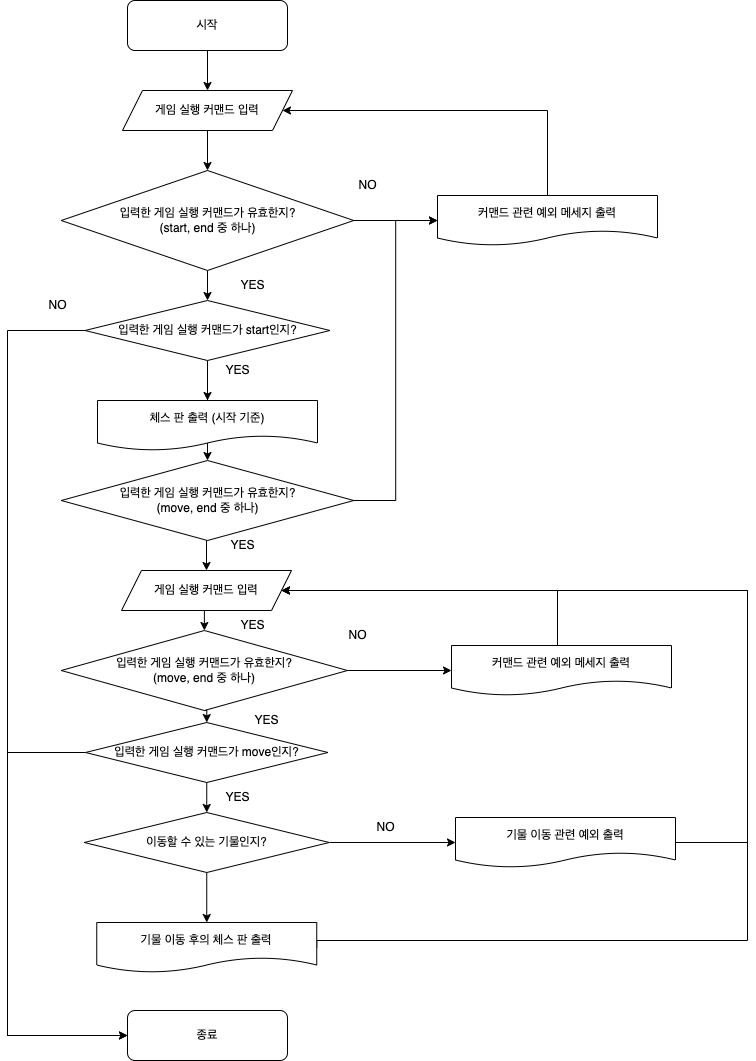
woowacourse/java-chess keeps this draw.io diagram as docs/chess.drawio.png. Above is the earlier version. Source tidied: cells renumbered, new cells last; positions are measured from the earlier drawing's top-left corner, leaving out a move shared by most shapes. The source it was exported from:
```xml
<mxGraphModel>
  <root>
    <mxCell id="0" />
    <mxCell id="1" parent="0" />
    <mxCell id="2" style="edgeStyle=orthogonalEdgeStyle;rounded=0;jettySize=auto;html=1;exitX=0.5;exitY=1;exitDx=0;exitDy=0;entryX=0.5;entryY=0;entryDx=0;entryDy=0;" parent="1" edge="1" source="3" target="5">
      <mxGeometry relative="1" as="geometry" />
    </mxCell>
    <mxCell id="3" value="시작" style="rounded=1;whiteSpace=wrap;html=1;" parent="1" vertex="1">
      <mxGeometry x="120" width="160" height="50" as="geometry" />
    </mxCell>
    <mxCell id="4" style="edgeStyle=orthogonalEdgeStyle;rounded=0;jettySize=auto;html=1;exitX=0.5;exitY=1;exitDx=0;exitDy=0;entryX=0.5;entryY=0;entryDx=0;entryDy=0;" parent="1" edge="1" source="5" target="8">
      <mxGeometry relative="1" as="geometry" />
    </mxCell>
    <mxCell id="5" value="게임 실행 커맨드 입력" style="shape=parallelogram;perimeter=parallelogramPerimeter;whiteSpace=wrap;html=1;fixedSize=1;" parent="1" vertex="1">
      <mxGeometry x="115" y="90" width="170" height="40" as="geometry" />
    </mxCell>
    <mxCell id="6" style="edgeStyle=orthogonalEdgeStyle;rounded=0;jettySize=auto;html=1;exitX=1;exitY=0.5;exitDx=0;exitDy=0;entryX=0;entryY=0.5;entryDx=0;entryDy=0;" parent="1" edge="1" source="8" target="26">
      <mxGeometry relative="1" as="geometry" />
    </mxCell>
    <mxCell id="7" style="edgeStyle=orthogonalEdgeStyle;rounded=0;jettySize=auto;html=1;exitX=0.5;exitY=1;exitDx=0;exitDy=0;entryX=0.5;entryY=0;entryDx=0;entryDy=0;" parent="1" edge="1" source="8" target="12">
      <mxGeometry relative="1" as="geometry" />
    </mxCell>
    <mxCell id="8" value="입력한 게임 실행 커맨드가 유효한지?&lt;br&gt;(start, end 중 하나)" style="rhombus;whiteSpace=wrap;html=1;" parent="1" vertex="1">
      <mxGeometry x="53.8" y="170" width="292.5" height="100" as="geometry" />
    </mxCell>
    <mxCell id="9" style="edgeStyle=orthogonalEdgeStyle;rounded=0;jettySize=auto;html=1;exitX=0.5;exitY=1;exitDx=0;exitDy=0;entryX=0.5;entryY=0;entryDx=0;entryDy=0;" parent="1" edge="1" source="12" target="34">
      <mxGeometry relative="1" as="geometry" />
    </mxCell>
    <mxCell id="10" style="edgeStyle=orthogonalEdgeStyle;rounded=0;jettySize=auto;html=1;exitX=0.5;exitY=1;exitDx=0;exitDy=0;entryX=0.5;entryY=0;entryDx=0;entryDy=0;" parent="1" edge="1" source="12" target="16">
      <mxGeometry relative="1" as="geometry" />
    </mxCell>
    <mxCell id="11" style="edgeStyle=orthogonalEdgeStyle;rounded=0;jettySize=auto;html=1;exitX=0;exitY=0.5;exitDx=0;exitDy=0;entryX=0;entryY=0.5;entryDx=0;entryDy=0;" parent="1" edge="1" source="12" target="13">
      <mxGeometry relative="1" as="geometry">
        <Array as="points">
          <mxPoint y="330" />
          <mxPoint y="1035" />
        </Array>
      </mxGeometry>
    </mxCell>
    <mxCell id="12" value="입력한 게임 실행 커맨드가 start인지?" style="rhombus;whiteSpace=wrap;html=1;" parent="1" vertex="1">
      <mxGeometry x="77.5" y="300" width="245" height="60" as="geometry" />
    </mxCell>
    <mxCell id="13" value="종료" style="rounded=1;whiteSpace=wrap;html=1;" parent="1" vertex="1">
      <mxGeometry x="120" y="1010" width="160" height="50" as="geometry" />
    </mxCell>
    <mxCell id="14" style="edgeStyle=orthogonalEdgeStyle;rounded=0;jettySize=auto;html=1;exitX=0.5;exitY=1;exitDx=0;exitDy=0;entryX=0.5;entryY=0;entryDx=0;entryDy=0;" parent="1" edge="1" source="16" target="39">
      <mxGeometry relative="1" as="geometry" />
    </mxCell>
    <mxCell id="15" style="edgeStyle=orthogonalEdgeStyle;rounded=0;jettySize=auto;html=1;exitX=1;exitY=0.5;exitDx=0;exitDy=0;entryX=0;entryY=0.5;entryDx=0;entryDy=0;" parent="1" edge="1" source="16" target="26">
      <mxGeometry relative="1" as="geometry" />
    </mxCell>
    <mxCell id="16" value="입력한 게임 실행 커맨드가 유효한지?&lt;br&gt;(move, end 중 하나)" style="rhombus;whiteSpace=wrap;html=1;" parent="1" vertex="1">
      <mxGeometry x="53.8" y="460" width="292.5" height="80" as="geometry" />
    </mxCell>
    <mxCell id="17" style="edgeStyle=orthogonalEdgeStyle;rounded=0;jettySize=auto;html=1;exitX=0.5;exitY=1;exitDx=0;exitDy=0;entryX=0.5;entryY=0;entryDx=0;entryDy=0;" parent="1" edge="1" source="19" target="24">
      <mxGeometry relative="1" as="geometry" />
    </mxCell>
    <mxCell id="18" style="edgeStyle=orthogonalEdgeStyle;rounded=0;jettySize=auto;html=1;exitX=0;exitY=0.5;exitDx=0;exitDy=0;entryX=0;entryY=0.5;entryDx=0;entryDy=0;" parent="1" edge="1" source="19" target="13">
      <mxGeometry relative="1" as="geometry">
        <Array as="points">
          <mxPoint y="752" />
          <mxPoint y="1035" />
        </Array>
      </mxGeometry>
    </mxCell>
    <mxCell id="19" value="입력한 게임 실행 커맨드가 move인지?" style="rhombus;whiteSpace=wrap;html=1;" parent="1" vertex="1">
      <mxGeometry x="78" y="722" width="242.5" height="60" as="geometry" />
    </mxCell>
    <mxCell id="20" style="edgeStyle=orthogonalEdgeStyle;rounded=0;jettySize=auto;html=1;exitX=1;exitY=0.5;exitDx=0;exitDy=0;entryX=1;entryY=0.5;entryDx=0;entryDy=0;" parent="1" edge="1" source="21" target="39">
      <mxGeometry relative="1" as="geometry">
        <Array as="points">
          <mxPoint x="309" y="940" />
          <mxPoint x="740" y="940" />
          <mxPoint x="740" y="590" />
        </Array>
      </mxGeometry>
    </mxCell>
    <mxCell id="21" value="기물 이동 후의 체스 판 출력" style="shape=document;whiteSpace=wrap;html=1;boundedLbl=1;" parent="1" vertex="1">
      <mxGeometry x="89.2" y="922" width="220" height="50" as="geometry" />
    </mxCell>
    <mxCell id="22" style="edgeStyle=orthogonalEdgeStyle;rounded=0;jettySize=auto;html=1;exitX=1;exitY=0.5;exitDx=0;exitDy=0;entryX=0;entryY=0.5;entryDx=0;entryDy=0;" parent="1" edge="1" source="24" target="29">
      <mxGeometry relative="1" as="geometry" />
    </mxCell>
    <mxCell id="23" style="edgeStyle=orthogonalEdgeStyle;rounded=0;jettySize=auto;html=1;exitX=0.5;exitY=1;exitDx=0;exitDy=0;entryX=0.5;entryY=0;entryDx=0;entryDy=0;" parent="1" edge="1" source="24" target="21">
      <mxGeometry relative="1" as="geometry" />
    </mxCell>
    <mxCell id="24" value="이동할 수 있는 기물인지?" style="rhombus;whiteSpace=wrap;html=1;" parent="1" vertex="1">
      <mxGeometry x="76.8" y="812" width="245" height="60" as="geometry" />
    </mxCell>
    <mxCell id="25" style="edgeStyle=orthogonalEdgeStyle;rounded=0;jettySize=auto;html=1;exitX=0.5;exitY=0;exitDx=0;exitDy=0;entryX=1;entryY=0.5;entryDx=0;entryDy=0;" parent="1" edge="1" source="26" target="5">
      <mxGeometry relative="1" as="geometry">
        <Array as="points">
          <mxPoint x="540" y="110" />
        </Array>
      </mxGeometry>
    </mxCell>
    <mxCell id="26" value="커맨드 관련 예외 메세지 출력" style="shape=document;whiteSpace=wrap;html=1;boundedLbl=1;" parent="1" vertex="1">
      <mxGeometry x="430" y="195" width="220" height="50" as="geometry" />
    </mxCell>
    <mxCell id="27" value="YES" style="text;html=1;align=center;verticalAlign=middle;strokeColor=none;fillColor=none;" parent="1" vertex="1">
      <mxGeometry x="210" y="530" width="50" height="30" as="geometry" />
    </mxCell>
    <mxCell id="28" style="edgeStyle=orthogonalEdgeStyle;rounded=0;jettySize=auto;html=1;exitX=1;exitY=0.5;exitDx=0;exitDy=0;entryX=1;entryY=0.5;entryDx=0;entryDy=0;" parent="1" edge="1" source="29" target="39">
      <mxGeometry relative="1" as="geometry">
        <Array as="points">
          <mxPoint x="740" y="842" />
          <mxPoint x="740" y="590" />
        </Array>
      </mxGeometry>
    </mxCell>
    <mxCell id="29" value="기물 이동 관련 예외 출력" style="shape=document;whiteSpace=wrap;html=1;boundedLbl=1;" parent="1" vertex="1">
      <mxGeometry x="448" y="817" width="220" height="50" as="geometry" />
    </mxCell>
    <mxCell id="30" value="NO" style="text;html=1;align=center;verticalAlign=middle;strokeColor=none;fillColor=none;" parent="1" vertex="1">
      <mxGeometry x="340" y="170" width="40" height="30" as="geometry" />
    </mxCell>
    <mxCell id="31" value="NO" style="text;html=1;align=center;verticalAlign=middle;strokeColor=none;fillColor=none;" parent="1" vertex="1">
      <mxGeometry x="30" y="290" width="40" height="30" as="geometry" />
    </mxCell>
    <mxCell id="32" value="YES" style="text;html=1;align=center;verticalAlign=middle;strokeColor=none;fillColor=none;" parent="1" vertex="1">
      <mxGeometry x="220" y="270" width="50" height="30" as="geometry" />
    </mxCell>
    <mxCell id="33" value="YES" style="text;html=1;align=center;verticalAlign=middle;strokeColor=none;fillColor=none;" parent="1" vertex="1">
      <mxGeometry x="205" y="355" width="50" height="30" as="geometry" />
    </mxCell>
    <mxCell id="34" value="체스 판 출력 (시작 기준)" style="shape=document;whiteSpace=wrap;html=1;boundedLbl=1;" parent="1" vertex="1">
      <mxGeometry x="90" y="400" width="220" height="50" as="geometry" />
    </mxCell>
    <mxCell id="35" value="YES" style="text;html=1;align=center;verticalAlign=middle;strokeColor=none;fillColor=none;" parent="1" vertex="1">
      <mxGeometry x="205" y="782" width="50" height="30" as="geometry" />
    </mxCell>
    <mxCell id="36" value="NO" style="text;html=1;align=center;verticalAlign=middle;strokeColor=none;fillColor=none;" parent="1" vertex="1">
      <mxGeometry x="330" y="620" width="40" height="30" as="geometry" />
    </mxCell>
    <mxCell id="37" value="NO" style="text;html=1;align=center;verticalAlign=middle;strokeColor=none;fillColor=none;" parent="1" vertex="1">
      <mxGeometry x="358" y="812" width="40" height="30" as="geometry" />
    </mxCell>
    <mxCell id="38" style="edgeStyle=orthogonalEdgeStyle;rounded=0;jettySize=auto;html=1;exitX=0.5;exitY=1;exitDx=0;exitDy=0;entryX=0.5;entryY=0;entryDx=0;entryDy=0;" parent="1" edge="1" source="39" target="42">
      <mxGeometry relative="1" as="geometry" />
    </mxCell>
    <mxCell id="39" value="게임 실행 커맨드 입력" style="shape=parallelogram;perimeter=parallelogramPerimeter;whiteSpace=wrap;html=1;fixedSize=1;" parent="1" vertex="1">
      <mxGeometry x="114" y="570" width="170" height="40" as="geometry" />
    </mxCell>
    <mxCell id="40" style="edgeStyle=orthogonalEdgeStyle;rounded=0;jettySize=auto;html=1;exitX=0.5;exitY=1;exitDx=0;exitDy=0;entryX=0.5;entryY=0;entryDx=0;entryDy=0;" parent="1" edge="1" source="42" target="19">
      <mxGeometry relative="1" as="geometry" />
    </mxCell>
    <mxCell id="41" style="edgeStyle=orthogonalEdgeStyle;rounded=0;jettySize=auto;html=1;exitX=1;exitY=0.5;exitDx=0;exitDy=0;entryX=0;entryY=0.5;entryDx=0;entryDy=0;" parent="1" edge="1" source="42" target="46">
      <mxGeometry relative="1" as="geometry" />
    </mxCell>
    <mxCell id="42" value="입력한 게임 실행 커맨드가 유효한지?&lt;br&gt;(move, end 중 하나)" style="rhombus;whiteSpace=wrap;html=1;" parent="1" vertex="1">
      <mxGeometry x="53.8" y="630" width="286.2" height="80" as="geometry" />
    </mxCell>
    <mxCell id="43" value="YES" style="text;html=1;align=center;verticalAlign=middle;strokeColor=none;fillColor=none;" parent="1" vertex="1">
      <mxGeometry x="234" y="705" width="50" height="30" as="geometry" />
    </mxCell>
    <mxCell id="44" value="YES" style="text;html=1;align=center;verticalAlign=middle;strokeColor=none;fillColor=none;" parent="1" vertex="1">
      <mxGeometry x="220" y="610" width="50" height="30" as="geometry" />
    </mxCell>
    <mxCell id="45" style="edgeStyle=orthogonalEdgeStyle;rounded=0;jettySize=auto;html=1;exitX=0.5;exitY=0;exitDx=0;exitDy=0;entryX=1;entryY=0.5;entryDx=0;entryDy=0;" parent="1" edge="1" source="46" target="39">
      <mxGeometry relative="1" as="geometry">
        <Array as="points">
          <mxPoint x="550" y="645" />
          <mxPoint x="550" y="590" />
        </Array>
      </mxGeometry>
    </mxCell>
    <mxCell id="46" value="커맨드 관련 예외 메세지 출력" style="shape=document;whiteSpace=wrap;html=1;boundedLbl=1;" parent="1" vertex="1">
      <mxGeometry x="444" y="645" width="220" height="50" as="geometry" />
    </mxCell>
  </root>
</mxGraphModel>
```
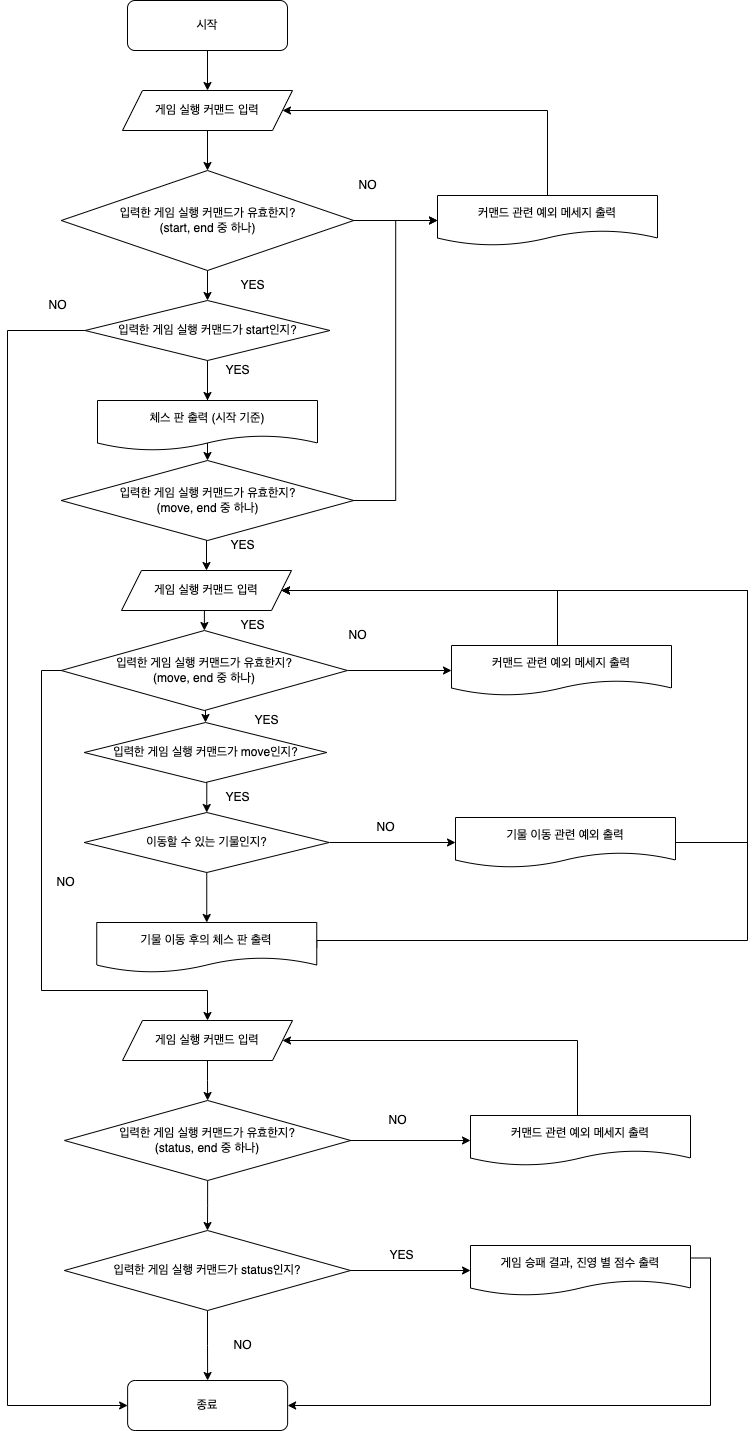
The same file after the commit.

Commit message:
docs: Step3 기능 요구사항 추가 및 Flow Chart 최신화

The edit, as a diff of the source:
```diff
@@ -33,7 +33,7 @@
       <mxGeometry relative="1" as="geometry">
         <Array as="points">
           <mxPoint y="330" />
-          <mxPoint y="1035" />
+          <mxPoint y="1405" />
         </Array>
       </mxGeometry>
     </mxCell>
@@ -41,7 +41,7 @@
       <mxGeometry x="77.5" y="300" width="245" height="60" as="geometry" />
     </mxCell>
     <mxCell id="13" value="종료" style="rounded=1;whiteSpace=wrap;html=1;" parent="1" vertex="1">
-      <mxGeometry x="120" y="1010" width="160" height="50" as="geometry" />
+      <mxGeometry x="120.1" y="1380" width="160" height="50" as="geometry" />
     </mxCell>
     <mxCell id="14" style="edgeStyle=orthogonalEdgeStyle;rounded=0;jettySize=auto;html=1;exitX=0.5;exitY=1;exitDx=0;exitDy=0;entryX=0.5;entryY=0;entryDx=0;entryDy=0;" parent="1" edge="1" source="16" target="39">
       <mxGeometry relative="1" as="geometry" />
@@ -55,16 +55,8 @@
     <mxCell id="17" style="edgeStyle=orthogonalEdgeStyle;rounded=0;jettySize=auto;html=1;exitX=0.5;exitY=1;exitDx=0;exitDy=0;entryX=0.5;entryY=0;entryDx=0;entryDy=0;" parent="1" edge="1" source="19" target="24">
       <mxGeometry relative="1" as="geometry" />
     </mxCell>
-    <mxCell id="18" style="edgeStyle=orthogonalEdgeStyle;rounded=0;jettySize=auto;html=1;exitX=0;exitY=0.5;exitDx=0;exitDy=0;entryX=0;entryY=0.5;entryDx=0;entryDy=0;" parent="1" edge="1" source="19" target="13">
-      <mxGeometry relative="1" as="geometry">
-        <Array as="points">
-          <mxPoint y="752" />
-          <mxPoint y="1035" />
-        </Array>
-      </mxGeometry>
-    </mxCell>
     <mxCell id="19" value="입력한 게임 실행 커맨드가 move인지?" style="rhombus;whiteSpace=wrap;html=1;" parent="1" vertex="1">
-      <mxGeometry x="78" y="722" width="242.5" height="60" as="geometry" />
+      <mxGeometry x="76.8" y="722" width="242.5" height="60" as="geometry" />
     </mxCell>
     <mxCell id="20" style="edgeStyle=orthogonalEdgeStyle;rounded=0;jettySize=auto;html=1;exitX=1;exitY=0.5;exitDx=0;exitDy=0;entryX=1;entryY=0.5;entryDx=0;entryDy=0;" parent="1" edge="1" source="21" target="39">
       <mxGeometry relative="1" as="geometry">
@@ -147,6 +139,15 @@
     <mxCell id="41" style="edgeStyle=orthogonalEdgeStyle;rounded=0;jettySize=auto;html=1;exitX=1;exitY=0.5;exitDx=0;exitDy=0;entryX=0;entryY=0.5;entryDx=0;entryDy=0;" parent="1" edge="1" source="42" target="46">
       <mxGeometry relative="1" as="geometry" />
     </mxCell>
+    <mxCell id="47" style="edgeStyle=orthogonalEdgeStyle;rounded=0;jettySize=auto;html=1;exitX=0;exitY=0.5;exitDx=0;exitDy=0;" parent="1" edge="1" source="42" target="56">
+      <mxGeometry relative="1" as="geometry">
+        <Array as="points">
+          <mxPoint x="34" y="670" />
+          <mxPoint x="34" y="990" />
+          <mxPoint x="200" y="990" />
+        </Array>
+      </mxGeometry>
+    </mxCell>
     <mxCell id="42" value="입력한 게임 실행 커맨드가 유효한지?&lt;br&gt;(move, end 중 하나)" style="rhombus;whiteSpace=wrap;html=1;" parent="1" vertex="1">
       <mxGeometry x="53.8" y="630" width="286.2" height="80" as="geometry" />
     </mxCell>
@@ -167,5 +168,58 @@
     <mxCell id="46" value="커맨드 관련 예외 메세지 출력" style="shape=document;whiteSpace=wrap;html=1;boundedLbl=1;" parent="1" vertex="1">
       <mxGeometry x="444" y="645" width="220" height="50" as="geometry" />
     </mxCell>
+    <mxCell id="48" value="NO" style="text;html=1;align=center;verticalAlign=middle;strokeColor=none;fillColor=none;" parent="1" vertex="1">
+      <mxGeometry x="37.5" y="867" width="40" height="30" as="geometry" />
+    </mxCell>
+    <mxCell id="49" style="edgeStyle=orthogonalEdgeStyle;rounded=0;jettySize=auto;html=1;exitX=1;exitY=0.5;exitDx=0;exitDy=0;entryX=0;entryY=0.5;entryDx=0;entryDy=0;" parent="1" edge="1" source="51" target="58">
+      <mxGeometry relative="1" as="geometry" />
+    </mxCell>
+    <mxCell id="50" style="edgeStyle=orthogonalEdgeStyle;rounded=0;jettySize=auto;html=1;exitX=0.5;exitY=1;exitDx=0;exitDy=0;entryX=0.5;entryY=0;entryDx=0;entryDy=0;" parent="1" edge="1" source="51" target="54">
+      <mxGeometry relative="1" as="geometry" />
+    </mxCell>
+    <mxCell id="51" value="입력한 게임 실행 커맨드가 유효한지?&lt;br&gt;(status, end 중 하나)" style="rhombus;whiteSpace=wrap;html=1;" parent="1" vertex="1">
+      <mxGeometry x="57" y="1100" width="286.2" height="80" as="geometry" />
+    </mxCell>
+    <mxCell id="52" style="edgeStyle=orthogonalEdgeStyle;rounded=0;jettySize=auto;html=1;exitX=1;exitY=0.5;exitDx=0;exitDy=0;entryX=0;entryY=0.5;entryDx=0;entryDy=0;" parent="1" edge="1" source="54" target="61">
+      <mxGeometry relative="1" as="geometry" />
+    </mxCell>
+    <mxCell id="53" style="edgeStyle=orthogonalEdgeStyle;rounded=0;jettySize=auto;html=1;exitX=0.5;exitY=1;exitDx=0;exitDy=0;entryX=0.5;entryY=0;entryDx=0;entryDy=0;" parent="1" edge="1" source="54" target="13">
+      <mxGeometry relative="1" as="geometry" />
+    </mxCell>
+    <mxCell id="54" value="입력한 게임 실행 커맨드가 status인지?" style="rhombus;whiteSpace=wrap;html=1;" parent="1" vertex="1">
+      <mxGeometry x="56.9" y="1230" width="286.2" height="80" as="geometry" />
+    </mxCell>
+    <mxCell id="55" style="edgeStyle=orthogonalEdgeStyle;rounded=0;jettySize=auto;html=1;exitX=0.5;exitY=1;exitDx=0;exitDy=0;entryX=0.5;entryY=0;entryDx=0;entryDy=0;" parent="1" edge="1" source="56" target="51">
+      <mxGeometry relative="1" as="geometry" />
+    </mxCell>
+    <mxCell id="56" value="게임 실행 커맨드 입력" style="shape=parallelogram;perimeter=parallelogramPerimeter;whiteSpace=wrap;html=1;fixedSize=1;" parent="1" vertex="1">
+      <mxGeometry x="115" y="1020" width="170" height="40" as="geometry" />
+    </mxCell>
+    <mxCell id="57" style="edgeStyle=orthogonalEdgeStyle;rounded=0;jettySize=auto;html=1;exitX=0.5;exitY=0;exitDx=0;exitDy=0;entryX=1;entryY=0.5;entryDx=0;entryDy=0;" parent="1" edge="1" source="58" target="56">
+      <mxGeometry relative="1" as="geometry">
+        <Array as="points">
+          <mxPoint x="570" y="1115" />
+          <mxPoint x="570" y="1040" />
+        </Array>
+      </mxGeometry>
+    </mxCell>
+    <mxCell id="58" value="커맨드 관련 예외 메세지 출력" style="shape=document;whiteSpace=wrap;html=1;boundedLbl=1;" parent="1" vertex="1">
+      <mxGeometry x="463" y="1115" width="220" height="50" as="geometry" />
+    </mxCell>
+    <mxCell id="59" value="NO" style="text;html=1;align=center;verticalAlign=middle;strokeColor=none;fillColor=none;" parent="1" vertex="1">
+      <mxGeometry x="370" y="1105" width="40" height="30" as="geometry" />
+    </mxCell>
+    <mxCell id="60" style="edgeStyle=orthogonalEdgeStyle;rounded=0;jettySize=auto;html=1;exitX=1;exitY=0.25;exitDx=0;exitDy=0;entryX=1;entryY=0.5;entryDx=0;entryDy=0;" parent="1" edge="1" source="61" target="13">
+      <mxGeometry relative="1" as="geometry" />
+    </mxCell>
+    <mxCell id="61" value="게임 승패 결과, 진영 별 점수 출력" style="shape=document;whiteSpace=wrap;html=1;boundedLbl=1;" parent="1" vertex="1">
+      <mxGeometry x="463" y="1245" width="220" height="50" as="geometry" />
+    </mxCell>
+    <mxCell id="62" value="YES" style="text;html=1;align=center;verticalAlign=middle;strokeColor=none;fillColor=none;" parent="1" vertex="1">
+      <mxGeometry x="369" y="1240" width="50" height="30" as="geometry" />
+    </mxCell>
+    <mxCell id="63" value="NO" style="text;html=1;align=center;verticalAlign=middle;strokeColor=none;fillColor=none;" parent="1" vertex="1">
+      <mxGeometry x="215" y="1330" width="40" height="30" as="geometry" />
+    </mxCell>
   </root>
 </mxGraphModel>
```
